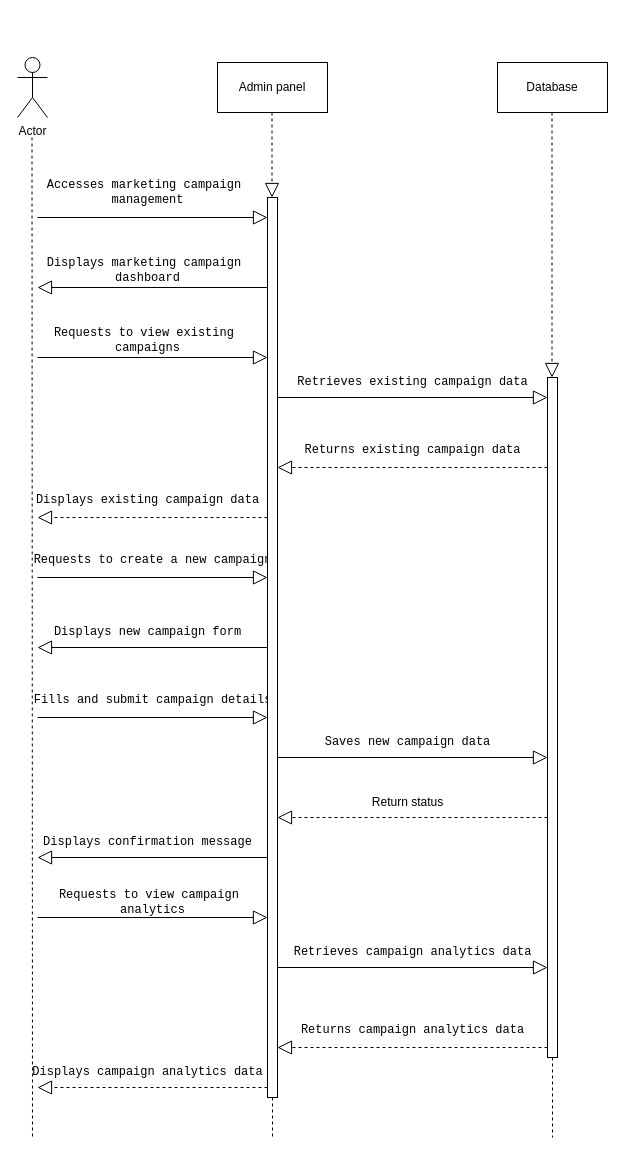
Earlier version of the draw.io diagram marketing Diagram.drawio (CodeSithum/sequencediagram). Source tidied: cells renumbered, new cells numbered last; positions are measured from the earlier drawing's top-left corner, leaving out a move shared by most shapes. Both pictures are drawn from the tidied source at 100%, with x=0, y=0 at pixel (17, 57).
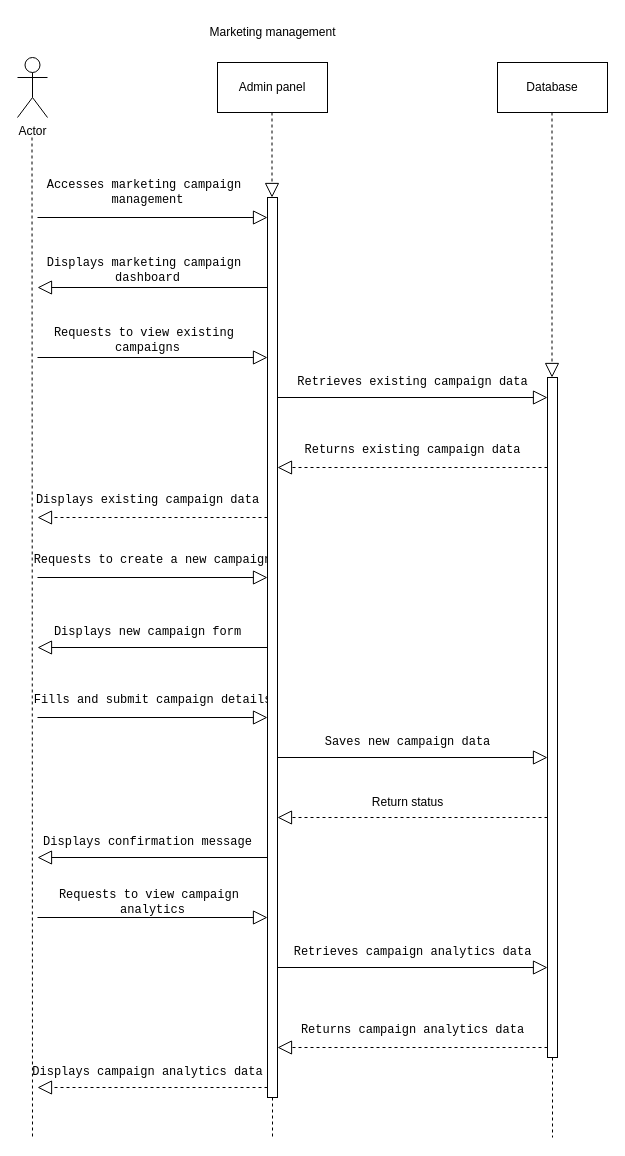
Above is the later version.

The edit, as a diff of the source:
```diff
@@
+    <mxCell id="44" value="Marketing management" style="text;html=1;align=center;verticalAlign=middle;strokeColor=none;fillColor=none;" parent="1" vertex="1">
+      <mxGeometry x="180" y="-40" width="150" height="30" as="geometry" />
+    </mxCell>
```
